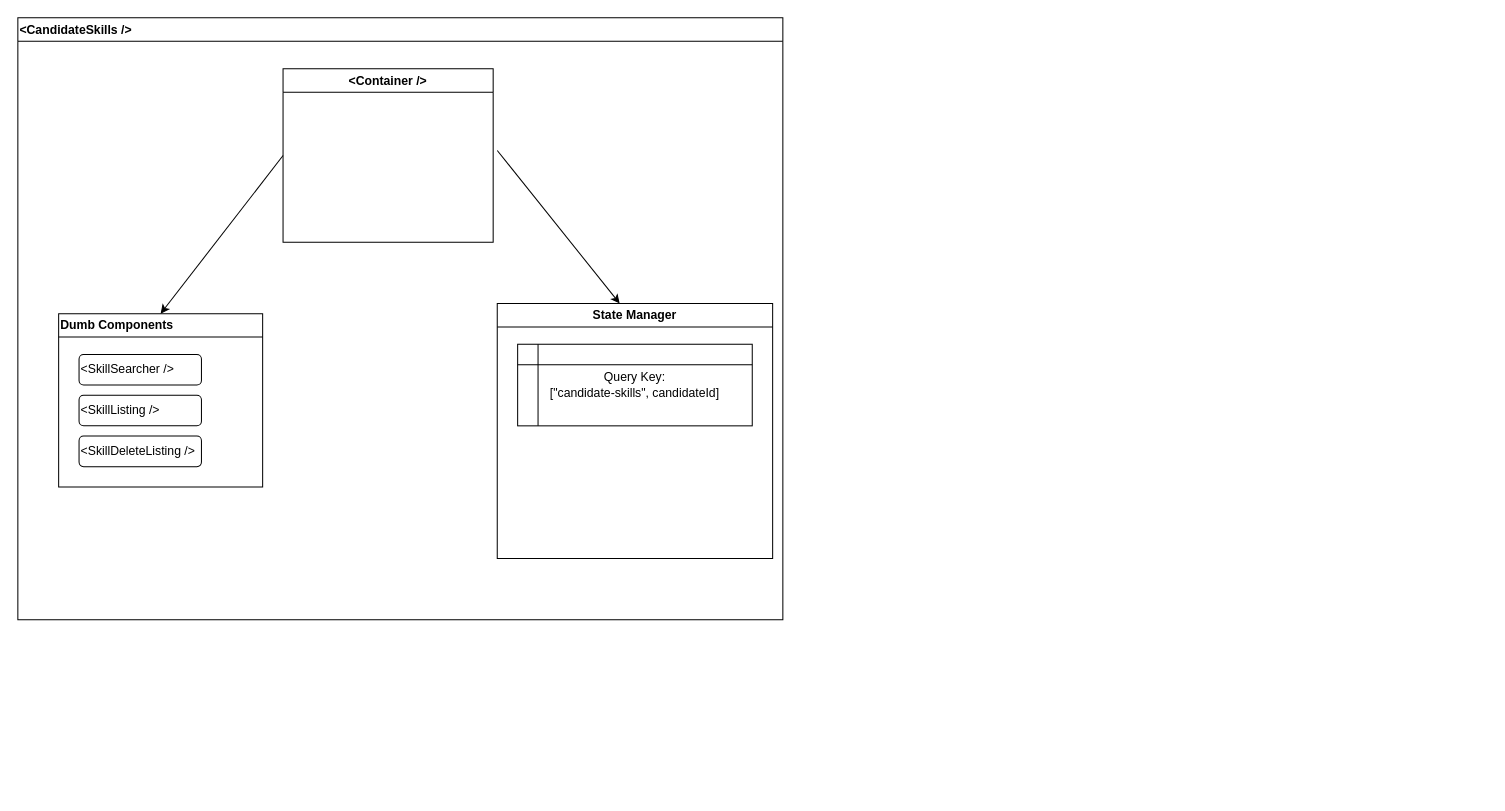
Earlier version of the draw.io diagram Untitled Diagram.drawio (felipecodes/felipecodes.com). Source tidied: cells renumbered, new cells numbered last; positions are measured from the earlier drawing's top-left corner, leaving out a move shared by most shapes. Both pictures are drawn from the tidied source at 102%, with x=0, y=0 at pixel (17, 17).
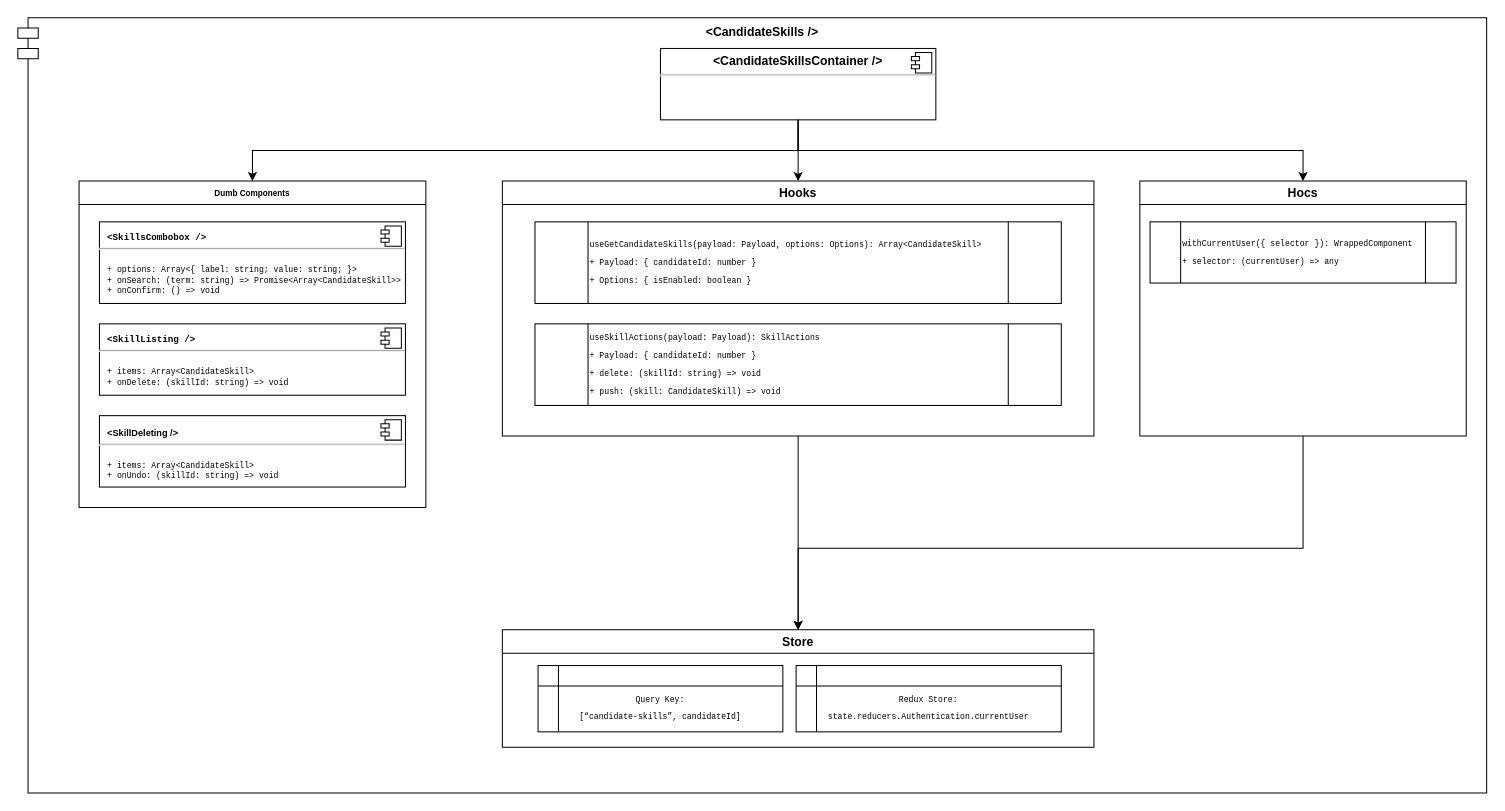
After the change.

The edit, as a diff of the source:
```diff
@@
-    <mxCell id="2" value="&amp;lt;CandidateSkills /&amp;gt;" style="swimlane;whiteSpace=wrap;html=1;align=left;" parent="1" vertex="1">
-      <mxGeometry width="750" height="590" as="geometry" />
+    <mxCell id="2" value="&lt;b&gt;&amp;lt;CandidateSkills /&amp;gt;&lt;/b&gt;" style="shape=module;align=left;spacingLeft=20;align=center;verticalAlign=top;whiteSpace=wrap;html=1;" parent="1" vertex="1">
+      <mxGeometry width="1440" height="760" as="geometry" />
     </mxCell>
+    <mxCell id="12" style="edgeStyle=orthogonalEdgeStyle;rounded=0;jettySize=auto;html=1;" parent="1" edge="1" source="13" target="32">
+      <mxGeometry relative="1" as="geometry">
+        <Array as="points">
+          <mxPoint x="765" y="130" />
+          <mxPoint x="1260" y="130" />
+        </Array>
+      </mxGeometry>
+    </mxCell>
+    <mxCell id="13" value="&lt;p style=&quot;margin:0px;margin-top:6px;text-align:center;&quot;&gt;&lt;b&gt;&amp;lt;CandidateSkillsContainer /&amp;gt;&lt;/b&gt;&lt;/p&gt;&lt;hr&gt;&lt;p style=&quot;margin:0px;margin-left:8px;&quot;&gt;&lt;br&gt;&lt;/p&gt;" style="align=left;overflow=fill;html=1;whiteSpace=wrap;" parent="1" vertex="1">
+      <mxGeometry x="630" y="30" width="270" height="70" as="geometry" />
+    </mxCell>
+    <mxCell id="14" style="shape=component;jettyWidth=8;jettyHeight=4;" parent="13" vertex="1">
+      <mxGeometry x="1" width="20" height="20" relative="1" as="geometry">
+        <mxPoint x="-24" y="4" as="offset" />
+      </mxGeometry>
+    </mxCell>
-    <mxCell id="3" value="Dumb Components" style="swimlane;whiteSpace=wrap;html=1;align=left;" parent="2" vertex="1">
-      <mxGeometry x="40" y="290" width="200" height="170" as="geometry" />
+    <mxCell id="3" value="Dumb Components" style="swimlane;whiteSpace=wrap;html=1;align=center;fontSize=8;" parent="1" vertex="1">
+      <mxGeometry x="60" y="160" width="340" height="320" as="geometry" />
     </mxCell>
-    <mxCell id="4" value="&amp;lt;SkillListing /&amp;gt;" style="rounded=1;whiteSpace=wrap;html=1;align=left;" parent="3" vertex="1">
-      <mxGeometry x="20" y="80" width="120" height="30" as="geometry" />
-    </mxCell>
-    <mxCell id="5" value="&amp;lt;SkillSearcher&amp;nbsp;/&amp;gt;" style="rounded=1;whiteSpace=wrap;html=1;align=left;" parent="3" vertex="1">
-      <mxGeometry x="20" y="40" width="120" height="30" as="geometry" />
-    </mxCell>
-    <mxCell id="6" value="&amp;lt;SkillDeleteListing /&amp;gt;" style="rounded=1;whiteSpace=wrap;html=1;align=left;" parent="3" vertex="1">
-      <mxGeometry x="20" y="120" width="120" height="30" as="geometry" />
-    </mxCell>
+    <mxCell id="15" value="&lt;pre style=&quot;margin: 0px 0px 0px 8px; font-size: 9px;&quot;&gt;&lt;b style=&quot;font-size: 9px;&quot;&gt;&lt;br&gt;&lt;/b&gt;&lt;/pre&gt;&lt;pre style=&quot;margin: 0px 0px 0px 8px; font-size: 9px;&quot;&gt;&lt;b style=&quot;font-size: 9px;&quot;&gt;&amp;lt;SkillsCombobox /&amp;gt;&lt;/b&gt;&lt;br&gt;&lt;/pre&gt;&lt;hr&gt;&amp;nbsp; &amp;nbsp;&lt;br&gt;&lt;pre style=&quot;margin: 0px 0px 0px 8px; font-size: 8px;&quot;&gt;+ options: Array&amp;lt;{ label: string; value: string; }&amp;gt;&lt;br&gt;+ onSearch: (term: string) =&amp;gt; Promise&amp;lt;Array&amp;lt;CandidateSkill&amp;gt;&amp;gt;&lt;br&gt;+ onConfirm: () =&amp;gt; void&lt;/pre&gt;" style="align=left;overflow=fill;html=1;whiteSpace=wrap;fontSize=9;" parent="3" vertex="1">
+      <mxGeometry x="20" y="40" width="300" height="80" as="geometry" />
+    </mxCell>
+    <mxCell id="16" style="shape=component;jettyWidth=8;jettyHeight=4;" parent="15" vertex="1">
+      <mxGeometry x="1" width="20" height="20" relative="1" as="geometry">
+        <mxPoint x="-24" y="4" as="offset" />
+      </mxGeometry>
+    </mxCell>
+    <mxCell id="17" value="&lt;pre style=&quot;margin: 0px 0px 0px 8px; font-size: 9px;&quot;&gt;&lt;b style=&quot;font-size: 9px;&quot;&gt;&lt;br&gt;&lt;/b&gt;&lt;/pre&gt;&lt;pre style=&quot;margin: 0px 0px 0px 8px; font-size: 9px;&quot;&gt;&lt;b style=&quot;font-size: 9px;&quot;&gt;&amp;lt;SkillListing /&amp;gt;&lt;/b&gt;&lt;/pre&gt;&lt;hr&gt;&lt;br&gt;&lt;pre style=&quot;margin: 0px 0px 0px 8px; font-size: 8px;&quot;&gt;+ items: Array&amp;lt;CandidateSkill&amp;gt;&lt;br&gt;+ onDelete: (skillId: string) =&amp;gt; void&lt;br&gt;&lt;/pre&gt;" style="align=left;overflow=fill;html=1;whiteSpace=wrap;fontSize=9;" parent="3" vertex="1">
+      <mxGeometry x="20" y="140" width="300" height="70" as="geometry" />
+    </mxCell>
+    <mxCell id="18" style="shape=component;jettyWidth=8;jettyHeight=4;" parent="17" vertex="1">
+      <mxGeometry x="1" width="20" height="20" relative="1" as="geometry">
+        <mxPoint x="-24" y="4" as="offset" />
+      </mxGeometry>
+    </mxCell>
+    <mxCell id="19" value="&lt;pre style=&quot;margin: 0px 0px 0px 8px; font-size: 9px;&quot;&gt;&lt;b style=&quot;background-color: initial; font-family: Helvetica; white-space: normal;&quot;&gt;&lt;br&gt;&lt;/b&gt;&lt;/pre&gt;&lt;pre style=&quot;margin: 0px 0px 0px 8px; font-size: 9px;&quot;&gt;&lt;b style=&quot;background-color: initial; font-family: Helvetica; white-space: normal;&quot;&gt;&amp;lt;SkillDeleting /&amp;gt;&lt;/b&gt;&lt;br&gt;&lt;/pre&gt;&lt;hr&gt;&lt;pre style=&quot;margin: 0px 0px 0px 8px; font-size: 9px;&quot;&gt;&lt;br&gt;&lt;/pre&gt;&lt;pre style=&quot;margin: 0px 0px 0px 8px; font-size: 8px;&quot;&gt;+ items: Array&amp;lt;CandidateSkill&amp;gt;&lt;br&gt;+ onUndo: (skillId: string) =&amp;gt; void&lt;br&gt;&lt;/pre&gt;" style="align=left;overflow=fill;html=1;whiteSpace=wrap;fontSize=9;" parent="3" vertex="1">
+      <mxGeometry x="20" y="230" width="300" height="70" as="geometry" />
+    </mxCell>
+    <mxCell id="20" style="shape=component;jettyWidth=8;jettyHeight=4;" parent="19" vertex="1">
+      <mxGeometry x="1" width="20" height="20" relative="1" as="geometry">
+        <mxPoint x="-24" y="4" as="offset" />
+      </mxGeometry>
+    </mxCell>
+    <mxCell id="21" style="edgeStyle=orthogonalEdgeStyle;rounded=0;jettySize=auto;html=1;entryX=0.5;entryY=0;entryDx=0;entryDy=0;" parent="1" edge="1" source="7" target="27">
+      <mxGeometry relative="1" as="geometry" />
+    </mxCell>
-    <mxCell id="7" value="State Manager" style="swimlane;whiteSpace=wrap;html=1;" parent="2" vertex="1">
-      <mxGeometry x="470" y="280" width="270" height="250" as="geometry" />
+    <mxCell id="7" value="Hooks" style="swimlane;whiteSpace=wrap;html=1;" parent="1" vertex="1">
+      <mxGeometry x="475" y="160" width="580" height="250" as="geometry" />
     </mxCell>
-    <mxCell id="8" value="Query Key:&lt;br style=&quot;border-color: var(--border-color); text-align: left;&quot;&gt;&lt;span style=&quot;text-align: left;&quot;&gt;[&quot;candidate-skills&quot;, candidateId]&lt;/span&gt;" style="shape=internalStorage;whiteSpace=wrap;html=1;backgroundOutline=1;" parent="7" vertex="1">
-      <mxGeometry x="20" y="40" width="230" height="80" as="geometry" />
-    </mxCell>
-    <mxCell id="9" value="&amp;lt;Container /&amp;gt;" style="swimlane;whiteSpace=wrap;html=1;" parent="2" vertex="1">
-      <mxGeometry x="260" y="50" width="206" height="170" as="geometry" />
-    </mxCell>
-    <mxCell id="10" style="endArrow=classic;html=1;rounded=0;entryX=0.5;entryY=0;entryDx=0;entryDy=0;exitX=0;exitY=0.5;exitDx=0;exitDy=0;" parent="2" edge="1" source="9" target="3">
-      <mxGeometry relative="1" as="geometry" />
-    </mxCell>
-    <mxCell id="11" style="endArrow=classic;html=1;rounded=0;entryX=0.673;entryY=0.001;entryDx=0;entryDy=0;entryPerimeter=0;" parent="2" edge="1">
-      <mxGeometry relative="1" as="geometry">
-        <mxPoint x="470" y="130" as="sourcePoint" />
-        <mxPoint x="590" y="280" as="targetPoint" />
-      </mxGeometry>
-    </mxCell>
+    <mxCell id="22" style="edgeStyle=orthogonalEdgeStyle;rounded=0;orthogonalLoop=1;jettySize=auto;html=1;exitX=0.5;exitY=1;exitDx=0;exitDy=0;" parent="7" edge="1">
+      <mxGeometry relative="1" as="geometry">
+        <mxPoint x="295" y="120" as="sourcePoint" />
+        <mxPoint x="295" y="120" as="targetPoint" />
+      </mxGeometry>
+    </mxCell>
+    <mxCell id="23" style="edgeStyle=orthogonalEdgeStyle;rounded=0;jettySize=auto;html=1;exitX=0.5;exitY=1;exitDx=0;exitDy=0;" parent="1" edge="1" source="13" target="7">
+      <mxGeometry relative="1" as="geometry" />
+    </mxCell>
+    <mxCell id="24" style="edgeStyle=orthogonalEdgeStyle;rounded=0;jettySize=auto;html=1;exitX=0.5;exitY=1;exitDx=0;exitDy=0;entryX=0.5;entryY=0;entryDx=0;entryDy=0;" parent="1" edge="1" source="13" target="3">
+      <mxGeometry relative="1" as="geometry" />
+    </mxCell>
+    <mxCell id="25" value="&lt;pre style=&quot;font-size: 8px;&quot;&gt;useGetCandidateSkills(payload: Payload, options: Options): Array&amp;lt;CandidateSkill&amp;gt;&lt;/pre&gt;&lt;pre style=&quot;font-size: 8px;&quot;&gt;+ Payload: { candidateId: number }&lt;br&gt;&lt;/pre&gt;&lt;pre style=&quot;font-size: 8px;&quot;&gt;+ Options: { isEnabled: boolean }&lt;/pre&gt;" style="shape=process;whiteSpace=wrap;html=1;backgroundOutline=1;align=left;" parent="1" vertex="1">
+      <mxGeometry x="507" y="200" width="516" height="80" as="geometry" />
+    </mxCell>
+    <mxCell id="26" value="&lt;pre style=&quot;font-size: 8px;&quot;&gt;useSkillActions(payload: Payload): SkillActions&lt;/pre&gt;&lt;pre style=&quot;font-size: 8px;&quot;&gt;+ Payload: { candidateId: number }&lt;br&gt;&lt;/pre&gt;&lt;pre style=&quot;font-size: 8px;&quot;&gt;+ delete: (skillId: string) =&amp;gt; void&lt;/pre&gt;&lt;pre style=&quot;font-size: 8px;&quot;&gt;+ push: (skill: CandidateSkill) =&amp;gt; void&lt;/pre&gt;" style="shape=process;whiteSpace=wrap;html=1;backgroundOutline=1;align=left;" parent="1" vertex="1">
+      <mxGeometry x="507" y="300" width="516" height="80" as="geometry" />
+    </mxCell>
+    <mxCell id="27" value="Store" style="swimlane;whiteSpace=wrap;html=1;" parent="1" vertex="1">
+      <mxGeometry x="475" y="600" width="580" height="115" as="geometry" />
+    </mxCell>
+    <mxCell id="28" style="edgeStyle=orthogonalEdgeStyle;rounded=0;orthogonalLoop=1;jettySize=auto;html=1;exitX=0.5;exitY=1;exitDx=0;exitDy=0;" parent="27" edge="1">
+      <mxGeometry relative="1" as="geometry">
+        <mxPoint x="295" y="120" as="sourcePoint" />
+        <mxPoint x="295" y="120" as="targetPoint" />
+      </mxGeometry>
+    </mxCell>
+    <mxCell id="29" value="&lt;pre style=&quot;font-size: 8px;&quot;&gt;&lt;br&gt;&lt;/pre&gt;&lt;pre style=&quot;font-size: 8px;&quot;&gt;Query Key:&lt;/pre&gt;&lt;pre style=&quot;font-size: 8px;&quot;&gt;[“candidate-skills”, candidateId]&lt;/pre&gt;" style="shape=internalStorage;whiteSpace=wrap;html=1;backgroundOutline=1;" parent="27" vertex="1">
+      <mxGeometry x="35" y="35" width="240" height="65" as="geometry" />
+    </mxCell>
+    <mxCell id="30" value="&lt;pre style=&quot;font-size: 8px;&quot;&gt;&lt;br&gt;&lt;/pre&gt;&lt;pre style=&quot;font-size: 8px;&quot;&gt;Redux Store:&lt;/pre&gt;&lt;pre style=&quot;font-size: 8px;&quot;&gt;state.reducers.Authentication.currentUser&lt;/pre&gt;" style="shape=internalStorage;whiteSpace=wrap;html=1;backgroundOutline=1;" parent="27" vertex="1">
+      <mxGeometry x="288" y="35" width="260" height="65" as="geometry" />
+    </mxCell>
+    <mxCell id="31" style="edgeStyle=orthogonalEdgeStyle;rounded=0;jettySize=auto;html=1;" parent="1" edge="1" source="32" target="27">
+      <mxGeometry relative="1" as="geometry">
+        <Array as="points">
+          <mxPoint x="1260" y="520" />
+          <mxPoint x="765" y="520" />
+        </Array>
+      </mxGeometry>
+    </mxCell>
+    <mxCell id="32" value="Hocs" style="swimlane;whiteSpace=wrap;html=1;" parent="1" vertex="1">
+      <mxGeometry x="1100" y="160" width="320" height="250" as="geometry" />
+    </mxCell>
+    <mxCell id="33" value="&lt;pre style=&quot;font-size: 8px;&quot;&gt;withCurrentUser({ selector }): WrappedComponent&lt;/pre&gt;&lt;pre style=&quot;font-size: 8px;&quot;&gt;+ selector: (currentUser) =&amp;gt; any&lt;/pre&gt;" style="shape=process;whiteSpace=wrap;html=1;backgroundOutline=1;align=left;" parent="1" vertex="1">
+      <mxGeometry x="1110" y="200" width="300" height="60" as="geometry" />
+    </mxCell>
```
